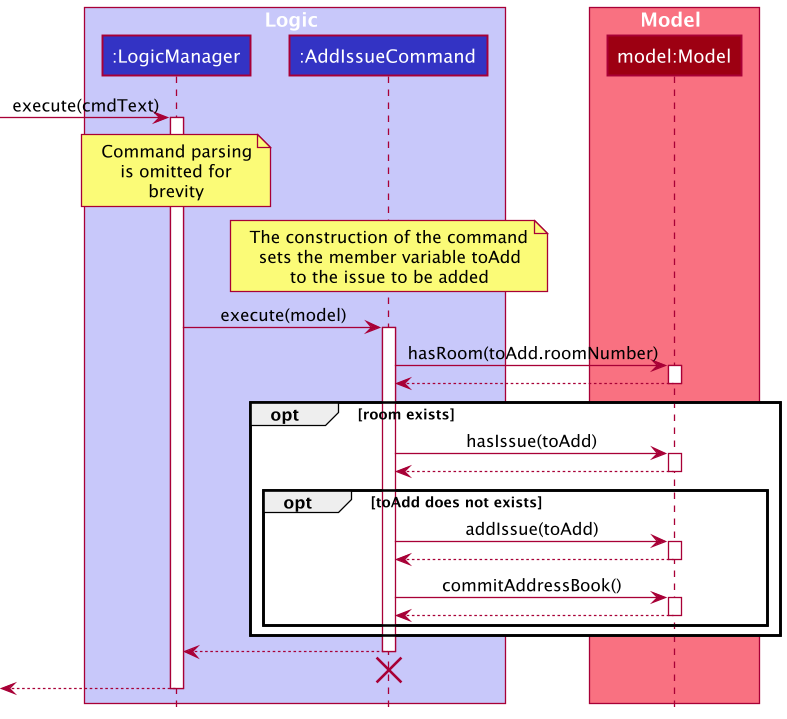
nus-cs2103-AY2021S2/tp keeps this PlantUML diagram as docs/images/issue/AddIssueCommandSeqDiagram.png. Above is the earlier version.
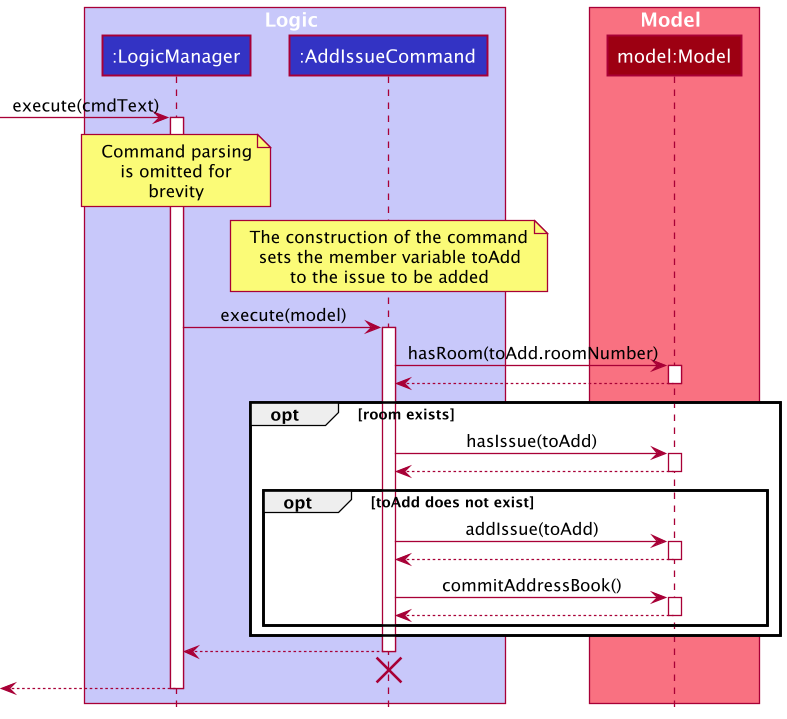
After the commit.

Commit message:
Docs(Issue): Fix issue typos in DG

What changed in the source:
```diff
@@ -44,7 +44,7 @@
     Model --> AddIssueCommand
     deactivate Model
 
-    opt toAdd does not exists
+    opt toAdd does not exist
 
         AddIssueCommand -> Model : addIssue(toAdd)
         activate Model
```
